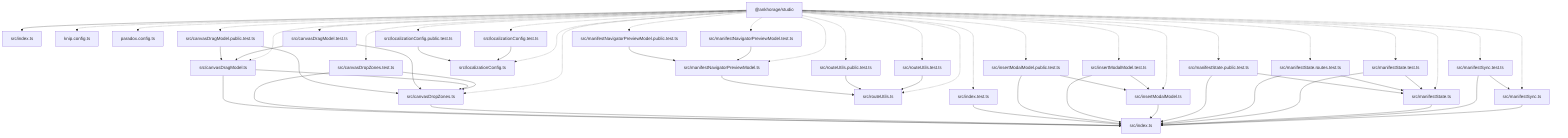
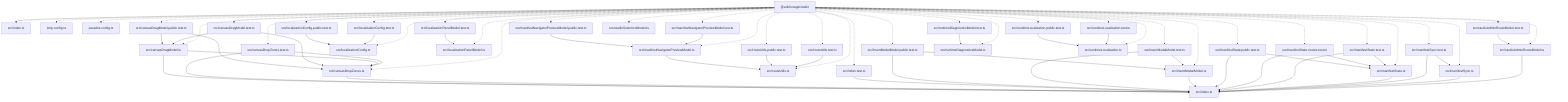
graph TD
  package__ankhorage_studio["@ankhorage/studio"]
  entrypoint_src_index_ts["src/index.ts"]
  package__ankhorage_studio --> entrypoint_src_index_ts
  module_knip_config_ts["knip.config.ts"]
  package__ankhorage_studio -.-> module_knip_config_ts
  module_paradox_config_ts["paradox.config.ts"]
  package__ankhorage_studio -.-> module_paradox_config_ts
  module_src_canvasDragModel_public_test_ts["src/canvasDragModel.public.test.ts"]
  package__ankhorage_studio -.-> module_src_canvasDragModel_public_test_ts
  module_src_canvasDragModel_public_test_ts --> module_src_canvasDragModel_ts
  module_src_canvasDragModel_public_test_ts --> module_src_canvasDropZones_ts
  module_src_canvasDragModel_test_ts["src/canvasDragModel.test.ts"]
  package__ankhorage_studio -.-> module_src_canvasDragModel_test_ts
  module_src_canvasDragModel_test_ts --> module_src_canvasDragModel_ts
  module_src_canvasDragModel_test_ts --> module_src_canvasDropZones_ts
  module_src_canvasDragModel_ts["src/canvasDragModel.ts"]
  package__ankhorage_studio -.-> module_src_canvasDragModel_ts
  module_src_canvasDragModel_ts --> module_src_canvasDropZones_ts
  module_src_canvasDragModel_ts --> module_src_index_ts
  module_src_canvasDropZones_test_ts["src/canvasDropZones.test.ts"]
  package__ankhorage_studio -.-> module_src_canvasDropZones_test_ts
  module_src_canvasDropZones_test_ts --> module_src_canvasDropZones_ts
  module_src_canvasDropZones_test_ts --> module_src_index_ts
  module_src_canvasDropZones_ts["src/canvasDropZones.ts"]
  package__ankhorage_studio -.-> module_src_canvasDropZones_ts
  module_src_canvasDropZones_ts --> module_src_index_ts
  module_src_index_test_ts["src/index.test.ts"]
  package__ankhorage_studio -.-> module_src_index_test_ts
  module_src_index_test_ts --> module_src_index_ts
  module_src_index_ts["src/index.ts"]
  module_src_insertModalModel_public_test_ts["src/insertModalModel.public.test.ts"]
  package__ankhorage_studio -.-> module_src_insertModalModel_public_test_ts
  module_src_insertModalModel_public_test_ts --> module_src_index_ts
  module_src_insertModalModel_public_test_ts --> module_src_insertModalModel_ts
  module_src_insertModalModel_test_ts["src/insertModalModel.test.ts"]
  package__ankhorage_studio -.-> module_src_insertModalModel_test_ts
  module_src_insertModalModel_test_ts --> module_src_index_ts
  module_src_insertModalModel_test_ts --> module_src_insertModalModel_ts
  module_src_insertModalModel_ts["src/insertModalModel.ts"]
  package__ankhorage_studio -.-> module_src_insertModalModel_ts
  module_src_insertModalModel_ts --> module_src_index_ts
  module_src_localizationConfig_public_test_ts["src/localizationConfig.public.test.ts"]
  package__ankhorage_studio -.-> module_src_localizationConfig_public_test_ts
  module_src_localizationConfig_public_test_ts --> module_src_localizationConfig_ts
  module_src_localizationConfig_test_ts["src/localizationConfig.test.ts"]
  package__ankhorage_studio -.-> module_src_localizationConfig_test_ts
  module_src_localizationConfig_test_ts --> module_src_localizationConfig_ts
  module_src_localizationConfig_ts["src/localizationConfig.ts"]
  package__ankhorage_studio -.-> module_src_localizationConfig_ts
+   module_src_localizationPanelModel_test_ts["src/localizationPanelModel.test.ts"]
+   package__ankhorage_studio -.-> module_src_localizationPanelModel_test_ts
+   module_src_localizationPanelModel_test_ts --> module_src_localizationPanelModel_ts
+   module_src_localizationPanelModel_ts["src/localizationPanelModel.ts"]
+   package__ankhorage_studio -.-> module_src_localizationPanelModel_ts
  module_src_manifestNavigatorPreviewModel_public_test_ts["src/manifestNavigatorPreviewModel.public.test.ts"]
  package__ankhorage_studio -.-> module_src_manifestNavigatorPreviewModel_public_test_ts
  module_src_manifestNavigatorPreviewModel_public_test_ts --> module_src_manifestNavigatorPreviewModel_ts
  module_src_manifestNavigatorPreviewModel_test_ts["src/manifestNavigatorPreviewModel.test.ts"]
  package__ankhorage_studio -.-> module_src_manifestNavigatorPreviewModel_test_ts
  module_src_manifestNavigatorPreviewModel_test_ts --> module_src_manifestNavigatorPreviewModel_ts
  module_src_manifestNavigatorPreviewModel_ts["src/manifestNavigatorPreviewModel.ts"]
  package__ankhorage_studio -.-> module_src_manifestNavigatorPreviewModel_ts
  module_src_manifestNavigatorPreviewModel_ts --> module_src_routeUtils_ts
  module_src_manifestState_public_test_ts["src/manifestState.public.test.ts"]
  package__ankhorage_studio -.-> module_src_manifestState_public_test_ts
  module_src_manifestState_public_test_ts --> module_src_index_ts
  module_src_manifestState_public_test_ts --> module_src_manifestState_ts
  module_src_manifestState_routes_test_ts["src/manifestState.routes.test.ts"]
  package__ankhorage_studio -.-> module_src_manifestState_routes_test_ts
  module_src_manifestState_routes_test_ts --> module_src_index_ts
  module_src_manifestState_routes_test_ts --> module_src_manifestState_ts
  module_src_manifestState_test_ts["src/manifestState.test.ts"]
  package__ankhorage_studio -.-> module_src_manifestState_test_ts
  module_src_manifestState_test_ts --> module_src_index_ts
  module_src_manifestState_test_ts --> module_src_manifestState_ts
  module_src_manifestState_ts["src/manifestState.ts"]
  package__ankhorage_studio -.-> module_src_manifestState_ts
  module_src_manifestState_ts --> module_src_index_ts
  module_src_manifestSync_test_ts["src/manifestSync.test.ts"]
  package__ankhorage_studio -.-> module_src_manifestSync_test_ts
  module_src_manifestSync_test_ts --> module_src_index_ts
  module_src_manifestSync_test_ts --> module_src_manifestSync_ts
  module_src_manifestSync_ts["src/manifestSync.ts"]
  package__ankhorage_studio -.-> module_src_manifestSync_ts
  module_src_manifestSync_ts --> module_src_index_ts
  module_src_routeUtils_public_test_ts["src/routeUtils.public.test.ts"]
  package__ankhorage_studio -.-> module_src_routeUtils_public_test_ts
  module_src_routeUtils_public_test_ts --> module_src_routeUtils_ts
  module_src_routeUtils_test_ts["src/routeUtils.test.ts"]
  package__ankhorage_studio -.-> module_src_routeUtils_test_ts
  module_src_routeUtils_test_ts --> module_src_routeUtils_ts
  module_src_routeUtils_ts["src/routeUtils.ts"]
  package__ankhorage_studio -.-> module_src_routeUtils_ts
+   module_src_runtimeDiagnosticsModel_test_ts["src/runtimeDiagnosticsModel.test.ts"]
+   package__ankhorage_studio -.-> module_src_runtimeDiagnosticsModel_test_ts
+   module_src_runtimeDiagnosticsModel_test_ts --> module_src_runtimeDiagnosticsModel_ts
+   module_src_runtimeDiagnosticsModel_ts["src/runtimeDiagnosticsModel.ts"]
+   package__ankhorage_studio -.-> module_src_runtimeDiagnosticsModel_ts
+   module_src_runtimeLocalization_public_test_ts["src/runtimeLocalization.public.test.ts"]
+   package__ankhorage_studio -.-> module_src_runtimeLocalization_public_test_ts
+   module_src_runtimeLocalization_public_test_ts --> module_src_runtimeLocalization_ts
+   module_src_runtimeLocalization_test_ts["src/runtimeLocalization.test.ts"]
+   package__ankhorage_studio -.-> module_src_runtimeLocalization_test_ts
+   module_src_runtimeLocalization_test_ts --> module_src_runtimeLocalization_ts
+   module_src_runtimeLocalization_ts["src/runtimeLocalization.ts"]
+   package__ankhorage_studio -.-> module_src_runtimeLocalization_ts
+   module_src_studioAdminRouteModel_test_ts["src/studioAdminRouteModel.test.ts"]
+   package__ankhorage_studio -.-> module_src_studioAdminRouteModel_test_ts
+   module_src_studioAdminRouteModel_test_ts --> module_src_studioAdminRouteModel_ts
+   module_src_studioAdminRouteModel_ts["src/studioAdminRouteModel.ts"]
+   package__ankhorage_studio -.-> module_src_studioAdminRouteModel_ts
+   module_src_studioAdminRouteModel_ts --> module_src_index_ts
+   module_src_studioSelectionModel_ts["src/studioSelectionModel.ts"]
+   package__ankhorage_studio -.-> module_src_studioSelectionModel_ts
